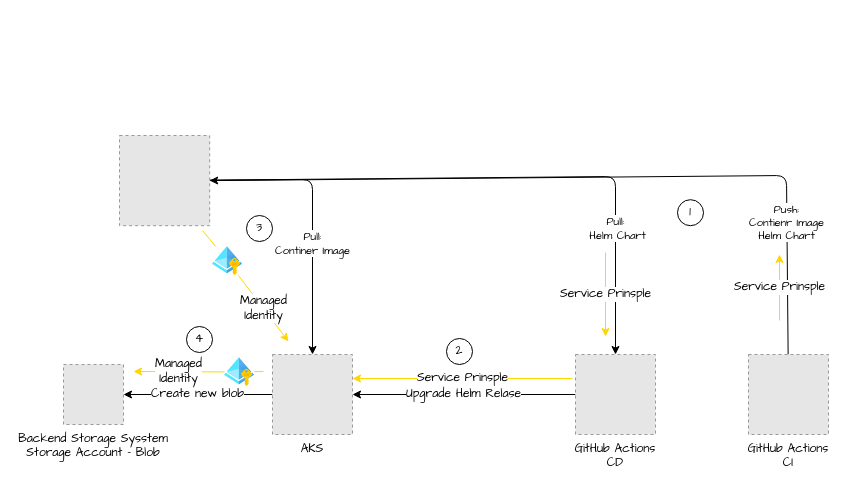
This is Diagrams/authentication.dio from nadavSalman/V-Home-Assignment-DevOps, a draw.io file, before an edit. Source tidied: cells renumbered, new cells numbered last; positions are measured from the earlier drawing's top-left corner, leaving out a move shared by most shapes. Both pictures are drawn from the tidied source at 100%, with x=0, y=0 at pixel (63, 135). Pictures stored in the file or linked from it are replaced by grey dashed boxes.
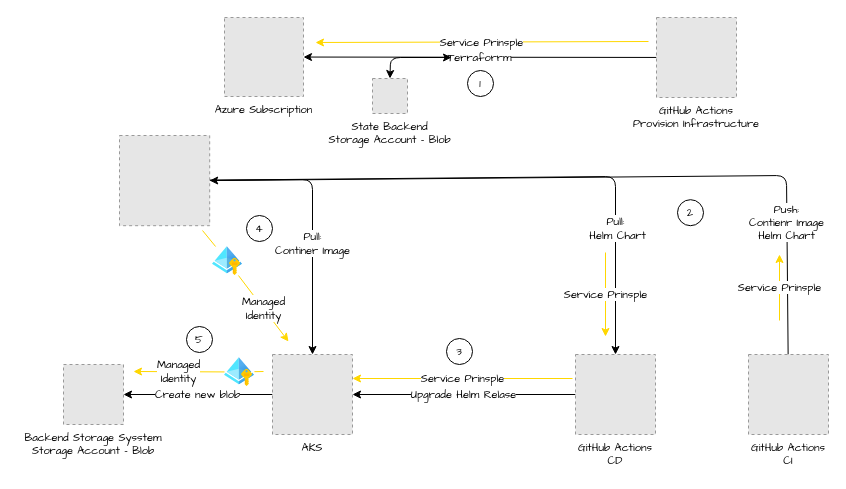
Above is the later version.

Commit message (it also covers changes not shown here):
Update diagram and start infra setup

Change to the diagram source:
```diff
@@
-    <mxCell id="2" value="Push:&lt;br&gt;Contienr Image&lt;br&gt;Helm Chart" style="edgeStyle=none;html=1;entryX=1;entryY=0.5;entryDx=0;entryDy=0;fontFamily=Comic Sans MS;" parent="1" edge="1" source="3" target="10">
+    <mxCell id="2" value="Push:&lt;br style=&quot;font-size: 11px;&quot;&gt;Contienr Image&lt;br style=&quot;font-size: 11px;&quot;&gt;Helm Chart" style="edgeStyle=none;html=1;entryX=1;entryY=0.5;entryDx=0;entryDy=0;fontFamily=Comic Sans MS;fontSize=11;" parent="1" edge="1" source="3" target="10">
       <mxGeometry x="-0.65" relative="1" as="geometry">
         <Array as="points">
           <mxPoint x="723" y="40" />
         </Array>
       </mxGeometry>
     </mxCell>
-    <mxCell id="3" value="GitHub Actions&#10;CI" style="fillColor=#E6E6E6;strokeColor=#999999;dashed=1;verticalLabelPosition=bottom;labelBackgroundColor=default;verticalAlign=top;fontFamily=Comic Sans MS;" parent="1" vertex="1">
+    <mxCell id="3" value="GitHub Actions&#10;CI" style="fillColor=#E6E6E6;strokeColor=#999999;dashed=1;verticalLabelPosition=bottom;labelBackgroundColor=default;verticalAlign=top;fontFamily=Comic Sans MS;fontSize=11;" parent="1" vertex="1">
       <mxGeometry x="685" y="219" width="80" height="80" as="geometry" />
     </mxCell>
-    <mxCell id="4" value="&lt;font style=&quot;font-size: 12px;&quot;&gt;Create new blob&lt;/font&gt;" style="edgeStyle=none;html=1;entryX=1;entryY=0.5;entryDx=0;entryDy=0;fontFamily=Comic Sans MS;" parent="1" edge="1" source="5" target="6">
+    <mxCell id="4" value="&lt;font style=&quot;font-size: 11px;&quot;&gt;Create new blob&lt;/font&gt;" style="edgeStyle=none;html=1;entryX=1;entryY=0.5;entryDx=0;entryDy=0;fontFamily=Comic Sans MS;fontSize=11;" parent="1" edge="1" source="5" target="6">
       <mxGeometry relative="1" as="geometry" />
     </mxCell>
-    <mxCell id="5" value="AKS" style="fillColor=#E6E6E6;strokeColor=#999999;dashed=1;verticalLabelPosition=bottom;labelBackgroundColor=default;verticalAlign=top;fontFamily=Comic Sans MS;" parent="1" vertex="1">
+    <mxCell id="5" value="AKS" style="fillColor=#E6E6E6;strokeColor=#999999;dashed=1;verticalLabelPosition=bottom;labelBackgroundColor=default;verticalAlign=top;fontFamily=Comic Sans MS;fontSize=11;" parent="1" vertex="1">
       <mxGeometry x="209" y="219" width="80" height="80" as="geometry" />
     </mxCell>
-    <mxCell id="6" value="Backend Storage Sysstem &#10;Storage Account - Blob" style="fillColor=#E6E6E6;strokeColor=#999999;dashed=1;verticalLabelPosition=bottom;labelBackgroundColor=default;verticalAlign=top;fontFamily=Comic Sans MS;" parent="1" vertex="1">
+    <mxCell id="6" value="Backend Storage Sysstem &#10;Storage Account - Blob" style="fillColor=#E6E6E6;strokeColor=#999999;dashed=1;verticalLabelPosition=bottom;labelBackgroundColor=default;verticalAlign=top;fontFamily=Comic Sans MS;fontSize=11;" parent="1" vertex="1">
       <mxGeometry y="229" width="60" height="60" as="geometry" />
     </mxCell>
-    <mxCell id="7" value="&lt;font style=&quot;font-size: 12px;&quot;&gt;Managed &lt;br&gt;Identity&lt;/font&gt;" style="edgeStyle=none;html=1;fontFamily=Comic Sans MS;strokeColor=#FFD700;startArrow=none;" parent="1" edge="1" source="22">
+    <mxCell id="7" value="&lt;font style=&quot;font-size: 11px;&quot;&gt;Managed &lt;br style=&quot;font-size: 11px;&quot;&gt;Identity&lt;/font&gt;" style="edgeStyle=none;html=1;fontFamily=Comic Sans MS;strokeColor=#FFD700;startArrow=none;fontSize=11;" parent="1" edge="1" source="22">
       <mxGeometry relative="1" as="geometry">
         <mxPoint x="70" y="236" as="targetPoint" />
       </mxGeometry>
     </mxCell>
-    <mxCell id="8" value="Pull:&lt;br&gt;&amp;nbsp;Helm Chart" style="edgeStyle=none;html=1;entryX=0.5;entryY=0;entryDx=0;entryDy=0;fontFamily=Comic Sans MS;" parent="1" edge="1" source="10" target="12">
+    <mxCell id="8" value="Pull:&lt;br style=&quot;font-size: 11px;&quot;&gt;&amp;nbsp;Helm Chart" style="edgeStyle=none;html=1;entryX=0.5;entryY=0;entryDx=0;entryDy=0;fontFamily=Comic Sans MS;fontSize=11;" parent="1" edge="1" source="10" target="12">
       <mxGeometry x="0.57" relative="1" as="geometry">
         <Array as="points">
           <mxPoint x="552" y="41" />
         </Array>
       </mxGeometry>
     </mxCell>
-    <mxCell id="9" value="Pull:&lt;br&gt;Continer Image" style="edgeStyle=none;html=1;entryX=0.5;entryY=0;entryDx=0;entryDy=0;fontFamily=Comic Sans MS;" parent="1" edge="1" source="10" target="5">
+    <mxCell id="9" value="Pull:&lt;br style=&quot;font-size: 11px;&quot;&gt;Continer Image" style="edgeStyle=none;html=1;entryX=0.5;entryY=0;entryDx=0;entryDy=0;fontFamily=Comic Sans MS;fontSize=11;" parent="1" edge="1" source="10" target="5">
       <mxGeometry x="0.2" relative="1" as="geometry">
         <Array as="points">
           <mxPoint x="249" y="44" />
         </Array>
       </mxGeometry>
     </mxCell>
-    <mxCell id="10" style="fillColor=#E6E6E6;strokeColor=#999999;dashed=1;verticalLabelPosition=bottom;labelBackgroundColor=default;verticalAlign=top;fontFamily=Comic Sans MS;" parent="1" vertex="1">
+    <mxCell id="10" style="fillColor=#E6E6E6;strokeColor=#999999;dashed=1;verticalLabelPosition=bottom;labelBackgroundColor=default;verticalAlign=top;fontFamily=Comic Sans MS;fontSize=11;" parent="1" vertex="1">
       <mxGeometry x="56" width="90.2" height="90.2" as="geometry" />
     </mxCell>
-    <mxCell id="11" value="Upgrade Helm Relase" style="edgeStyle=none;html=1;fontFamily=Comic Sans MS;fontSize=12;" parent="1" edge="1" source="12" target="5">
+    <mxCell id="11" value="Upgrade Helm Relase" style="edgeStyle=none;html=1;fontFamily=Comic Sans MS;fontSize=11;" parent="1" edge="1" source="12" target="5">
       <mxGeometry relative="1" as="geometry" />
     </mxCell>
-    <mxCell id="12" value="GitHub Actions&#10;CD" style="fillColor=#E6E6E6;strokeColor=#999999;dashed=1;verticalLabelPosition=bottom;labelBackgroundColor=default;verticalAlign=top;fontFamily=Comic Sans MS;" parent="1" vertex="1">
+    <mxCell id="12" value="GitHub Actions&#10;CD" style="fillColor=#E6E6E6;strokeColor=#999999;dashed=1;verticalLabelPosition=bottom;labelBackgroundColor=default;verticalAlign=top;fontFamily=Comic Sans MS;fontSize=11;" parent="1" vertex="1">
       <mxGeometry x="512" y="219" width="80" height="80" as="geometry" />
     </mxCell>
-    <mxCell id="13" value="&lt;font style=&quot;font-size: 12px;&quot;&gt;Managed &lt;br&gt;Identity&lt;/font&gt;" style="edgeStyle=none;html=1;fontFamily=Comic Sans MS;strokeColor=#FFD700;startArrow=none;" parent="1" edge="1" source="24">
+    <mxCell id="13" value="&lt;font style=&quot;font-size: 11px;&quot;&gt;Managed &lt;br style=&quot;font-size: 11px;&quot;&gt;Identity&lt;/font&gt;" style="edgeStyle=none;html=1;fontFamily=Comic Sans MS;strokeColor=#FFD700;startArrow=none;fontSize=11;" parent="1" edge="1" source="24">
       <mxGeometry relative="1" as="geometry">
         <mxPoint x="225" y="206" as="targetPoint" />
       </mxGeometry>
     </mxCell>
-    <mxCell id="14" value="&lt;font style=&quot;font-size: 12px;&quot;&gt;Service Prinsple&lt;/font&gt;" style="edgeStyle=none;html=1;fontFamily=Comic Sans MS;strokeColor=#FFD700;" parent="1" edge="1">
+    <mxCell id="14" value="&lt;font style=&quot;font-size: 11px;&quot;&gt;Service Prinsple&lt;/font&gt;" style="edgeStyle=none;html=1;fontFamily=Comic Sans MS;strokeColor=#FFD700;fontSize=11;" parent="1" edge="1">
       <mxGeometry relative="1" as="geometry">
         <mxPoint x="542" y="117" as="sourcePoint" />
         <mxPoint x="542" y="201" as="targetPoint" />
       </mxGeometry>
     </mxCell>
-    <mxCell id="15" value="&lt;font style=&quot;font-size: 12px;&quot;&gt;Service Prinsple&lt;/font&gt;" style="edgeStyle=none;html=1;entryX=1;entryY=0.5;entryDx=0;entryDy=0;fontFamily=Comic Sans MS;strokeColor=#FFD700;" parent="1" edge="1">
+    <mxCell id="15" value="&lt;font style=&quot;font-size: 11px;&quot;&gt;Service Prinsple&lt;/font&gt;" style="edgeStyle=none;html=1;entryX=1;entryY=0.5;entryDx=0;entryDy=0;fontFamily=Comic Sans MS;strokeColor=#FFD700;fontSize=11;" parent="1" edge="1">
       <mxGeometry relative="1" as="geometry">
         <mxPoint x="509" y="243" as="sourcePoint" />
         <mxPoint x="289" y="243" as="targetPoint" />
       </mxGeometry>
     </mxCell>
-    <mxCell id="16" value="&lt;font style=&quot;font-size: 12px;&quot;&gt;Service Prinsple&lt;/font&gt;" style="edgeStyle=none;html=1;fontFamily=Comic Sans MS;strokeColor=#FFD700;" parent="1" edge="1">
+    <mxCell id="16" value="&lt;font style=&quot;font-size: 11px;&quot;&gt;Service Prinsple&lt;/font&gt;" style="edgeStyle=none;html=1;fontFamily=Comic Sans MS;strokeColor=#FFD700;fontSize=11;" parent="1" edge="1">
       <mxGeometry relative="1" as="geometry">
         <mxPoint x="716" y="185" as="sourcePoint" />
         <mxPoint x="716" y="119" as="targetPoint" />
       </mxGeometry>
     </mxCell>
-    <mxCell id="17" value="1" style="ellipse;whiteSpace=wrap;html=1;fontFamily=Comic Sans MS;fontSize=12;" parent="1" vertex="1">
+    <mxCell id="17" value="2" style="ellipse;whiteSpace=wrap;html=1;fontFamily=Comic Sans MS;fontSize=11;" parent="1" vertex="1">
       <mxGeometry x="614" y="64.2" width="26" height="26" as="geometry" />
     </mxCell>
-    <mxCell id="18" value="2" style="ellipse;whiteSpace=wrap;html=1;fontFamily=Comic Sans MS;fontSize=12;" parent="1" vertex="1">
+    <mxCell id="18" value="3" style="ellipse;whiteSpace=wrap;html=1;fontFamily=Comic Sans MS;fontSize=11;" parent="1" vertex="1">
       <mxGeometry x="383" y="203" width="26" height="26" as="geometry" />
     </mxCell>
-    <mxCell id="19" value="3" style="ellipse;whiteSpace=wrap;html=1;fontFamily=Comic Sans MS;fontSize=12;" parent="1" vertex="1">
+    <mxCell id="19" value="4" style="ellipse;whiteSpace=wrap;html=1;fontFamily=Comic Sans MS;fontSize=11;" parent="1" vertex="1">
       <mxGeometry x="183" y="80" width="26" height="26" as="geometry" />
     </mxCell>
-    <mxCell id="20" value="4" style="ellipse;whiteSpace=wrap;html=1;fontFamily=Comic Sans MS;fontSize=12;" parent="1" vertex="1">
+    <mxCell id="20" value="5" style="ellipse;whiteSpace=wrap;html=1;fontFamily=Comic Sans MS;fontSize=11;" parent="1" vertex="1">
       <mxGeometry x="123" y="191" width="26" height="26" as="geometry" />
     </mxCell>
-    <mxCell id="21" style="edgeStyle=none;html=1;fontFamily=Comic Sans MS;strokeColor=#FFD700;endArrow=none;" parent="1" edge="1" target="22">
+    <mxCell id="21" style="edgeStyle=none;html=1;fontFamily=Comic Sans MS;strokeColor=#FFD700;endArrow=none;fontSize=11;" parent="1" edge="1" target="22">
       <mxGeometry relative="1" as="geometry">
         <mxPoint x="200" y="236" as="sourcePoint" />
       </mxGeometry>
     </mxCell>
-    <mxCell id="22" style="html=1;points=[];align=center;image;fontSize=12;image=img/lib/azure2/identity/Managed_Identities.svg;fontFamily=Comic Sans MS;" parent="1" vertex="1">
+    <mxCell id="22" style="html=1;points=[];align=center;image;fontSize=11;image=img/lib/azure2/identity/Managed_Identities.svg;fontFamily=Comic Sans MS;" parent="1" vertex="1">
       <mxGeometry x="161" y="222" width="29.9" height="29" as="geometry" />
     </mxCell>
-    <mxCell id="23" style="edgeStyle=none;html=1;fontFamily=Comic Sans MS;strokeColor=#FFD700;endArrow=none;" parent="1" edge="1" target="24">
+    <mxCell id="23" style="edgeStyle=none;html=1;fontFamily=Comic Sans MS;strokeColor=#FFD700;endArrow=none;fontSize=11;" parent="1" edge="1" target="24">
       <mxGeometry relative="1" as="geometry">
         <mxPoint x="139" y="95" as="sourcePoint" />
       </mxGeometry>
     </mxCell>
-    <mxCell id="24" style="html=1;points=[];align=center;image;fontSize=12;image=img/lib/azure2/identity/Managed_Identities.svg;fontFamily=Comic Sans MS;" parent="1" vertex="1">
+    <mxCell id="24" style="html=1;points=[];align=center;image;fontSize=11;image=img/lib/azure2/identity/Managed_Identities.svg;fontFamily=Comic Sans MS;" parent="1" vertex="1">
       <mxGeometry x="149" y="111" width="29.9" height="29" as="geometry" />
     </mxCell>
+    <mxCell id="25" value="Azure Subscription" style="fillColor=#E6E6E6;strokeColor=#999999;dashed=1;verticalLabelPosition=bottom;labelBackgroundColor=default;verticalAlign=top;fontFamily=Comic Sans MS;fontSize=11;" parent="1" vertex="1">
+      <mxGeometry x="161" y="-118" width="79" height="79" as="geometry" />
+    </mxCell>
+    <mxCell id="26" value="Terraforrm" style="edgeStyle=none;html=1;fontFamily=Comic Sans MS;fontSize=11;" parent="1" edge="1" source="27" target="25">
+      <mxGeometry relative="1" as="geometry" />
+    </mxCell>
+    <mxCell id="27" value="GitHub Actions&#10;Provision Infrastructure" style="fillColor=#E6E6E6;strokeColor=#999999;dashed=1;verticalLabelPosition=bottom;labelBackgroundColor=default;verticalAlign=top;fontFamily=Comic Sans MS;fontSize=11;" parent="1" vertex="1">
+      <mxGeometry x="593" y="-118" width="80" height="80" as="geometry" />
+    </mxCell>
+    <mxCell id="28" value="&lt;font style=&quot;font-size: 11px;&quot;&gt;Service Prinsple&lt;/font&gt;" style="edgeStyle=none;html=1;fontFamily=Comic Sans MS;strokeColor=#FFD700;fontSize=11;" parent="1" edge="1">
+      <mxGeometry relative="1" as="geometry">
+        <mxPoint x="585" y="-94" as="sourcePoint" />
+        <mxPoint x="252" y="-93" as="targetPoint" />
+      </mxGeometry>
+    </mxCell>
+    <mxCell id="29" value="1" style="ellipse;whiteSpace=wrap;html=1;fontFamily=Comic Sans MS;fontSize=11;" parent="1" vertex="1">
+      <mxGeometry x="404" y="-65" width="26" height="26" as="geometry" />
+    </mxCell>
+    <mxCell id="30" value="State Backend&#10;Storage Account - Blob" style="fillColor=#E6E6E6;strokeColor=#999999;dashed=1;verticalLabelPosition=bottom;labelBackgroundColor=default;verticalAlign=top;fontFamily=Comic Sans MS;fontSize=11;" parent="1" vertex="1">
+      <mxGeometry x="309" y="-57" width="35" height="35" as="geometry" />
+    </mxCell>
+    <mxCell id="31" style="endArrow=classic;startArrow=classic;html=1;fontFamily=Comic Sans MS;exitX=0.5;exitY=0;exitDx=0;exitDy=0;fontSize=11;" parent="1" edge="1" source="30">
+      <mxGeometry relative="1" as="geometry">
+        <mxPoint x="388" y="-78" as="targetPoint" />
+        <Array as="points">
+          <mxPoint x="327" y="-78" />
+        </Array>
+      </mxGeometry>
+    </mxCell>
```
